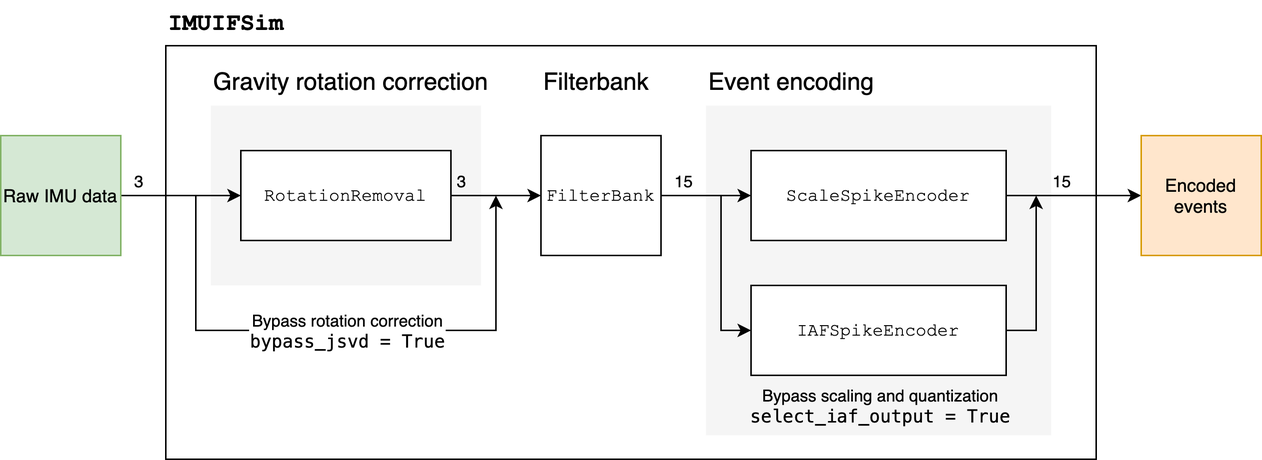
synsense/rockpool keeps this draw.io diagram as docs/devices/xylo-imu/imu-ifsim-module.png. Above is the earlier version. Source tidied: cells renumbered, new cells last; positions are measured from the earlier drawing's top-left corner, leaving out a move shared by most shapes. Its diagram source:
```xml
<mxGraphModel>
  <root>
    <mxCell id="0" />
    <mxCell id="1" parent="0" />
    <mxCell id="2" style="rounded=0;whiteSpace=wrap;html=1;fontFamily=Helvetica;fontSize=16;fillColor=none;align=left;" parent="1" vertex="1">
      <mxGeometry x="110" y="30" width="620" height="276" as="geometry" />
    </mxCell>
    <mxCell id="3" style="rounded=0;whiteSpace=wrap;html=1;fillColor=#f5f5f5;fontColor=#333333;strokeColor=none;" parent="1" vertex="1">
      <mxGeometry x="470" y="70" width="230" height="220" as="geometry" />
    </mxCell>
    <mxCell id="4" style="rounded=0;whiteSpace=wrap;html=1;fillColor=#f5f5f5;fontColor=#333333;strokeColor=none;" parent="1" vertex="1">
      <mxGeometry x="140" y="70" width="180" height="120" as="geometry" />
    </mxCell>
    <mxCell id="5" value="&lt;font face=&quot;Courier New&quot;&gt;FilterBank&lt;/font&gt;" style="whiteSpace=wrap;html=1;" parent="1" vertex="1">
      <mxGeometry x="360" y="90" width="80" height="80" as="geometry" />
    </mxCell>
    <mxCell id="6" style="edgeStyle=orthogonalEdgeStyle;rounded=0;jettySize=auto;html=1;exitX=1;exitY=0.5;exitDx=0;exitDy=0;entryX=0;entryY=0.5;entryDx=0;entryDy=0;" parent="1" edge="1" source="5" target="25">
      <mxGeometry relative="1" as="geometry" />
    </mxCell>
    <mxCell id="7" value="15" style="edgeLabel;html=1;align=center;verticalAlign=middle;fontFamily=Helvetica;" parent="6" vertex="1">
      <mxGeometry x="-0.25" y="-3" relative="1" as="geometry">
        <mxPoint x="-9" y="-13" as="offset" />
      </mxGeometry>
    </mxCell>
    <mxCell id="8" style="edgeStyle=orthogonalEdgeStyle;rounded=0;jettySize=auto;html=1;exitX=1;exitY=0.5;exitDx=0;exitDy=0;entryX=0;entryY=0.5;entryDx=0;entryDy=0;" parent="1" edge="1" source="24" target="5">
      <mxGeometry relative="1" as="geometry" />
    </mxCell>
    <mxCell id="9" value="3" style="edgeLabel;html=1;align=center;verticalAlign=middle;labelBackgroundColor=none;" parent="8" vertex="1">
      <mxGeometry x="-0.28" y="1" relative="1" as="geometry">
        <mxPoint x="-16" y="-9" as="offset" />
      </mxGeometry>
    </mxCell>
    <mxCell id="10" style="edgeStyle=orthogonalEdgeStyle;rounded=0;jettySize=auto;html=1;entryX=0;entryY=0.5;entryDx=0;entryDy=0;" parent="1" edge="1" source="15" target="24">
      <mxGeometry relative="1" as="geometry" />
    </mxCell>
    <mxCell id="11" value="3" style="edgeLabel;html=1;align=center;verticalAlign=middle;" parent="10" vertex="1">
      <mxGeometry x="-0.2" y="2" relative="1" as="geometry">
        <mxPoint x="-21" y="-8" as="offset" />
      </mxGeometry>
    </mxCell>
    <mxCell id="12" style="edgeStyle=orthogonalEdgeStyle;rounded=0;jettySize=auto;html=1;entryX=0;entryY=0.5;entryDx=0;entryDy=0;" parent="1" edge="1" target="26">
      <mxGeometry relative="1" as="geometry">
        <mxPoint x="480" y="130" as="sourcePoint" />
        <Array as="points">
          <mxPoint x="480" y="220" />
          <mxPoint x="490" y="220" />
        </Array>
      </mxGeometry>
    </mxCell>
    <mxCell id="13" style="edgeStyle=orthogonalEdgeStyle;rounded=0;jettySize=auto;html=1;exitX=1;exitY=0.5;exitDx=0;exitDy=0;entryX=0;entryY=0.5;entryDx=0;entryDy=0;" parent="1" edge="1" source="25" target="16">
      <mxGeometry relative="1" as="geometry" />
    </mxCell>
    <mxCell id="14" value="15" style="edgeLabel;html=1;align=center;verticalAlign=middle;labelBackgroundColor=none;" parent="13" vertex="1">
      <mxGeometry x="-0.2" relative="1" as="geometry">
        <mxPoint y="-10" as="offset" />
      </mxGeometry>
    </mxCell>
    <mxCell id="15" value="Raw IMU data" style="whiteSpace=wrap;html=1;fillColor=#d5e8d4;strokeColor=#82b366;" parent="1" vertex="1">
      <mxGeometry y="90" width="80" height="80" as="geometry" />
    </mxCell>
    <mxCell id="16" value="Encoded events" style="whiteSpace=wrap;html=1;fillColor=#ffe6cc;strokeColor=#d79b00;" parent="1" vertex="1">
      <mxGeometry x="760" y="90" width="80" height="80" as="geometry" />
    </mxCell>
    <mxCell id="17" style="edgeStyle=orthogonalEdgeStyle;rounded=0;orthogonalLoop=1;jettySize=auto;html=1;fontSize=16;" parent="1" edge="1">
      <mxGeometry relative="1" as="geometry">
        <mxPoint x="120" y="130" as="sourcePoint" />
        <mxPoint x="330" y="130" as="targetPoint" />
        <Array as="points">
          <mxPoint x="130" y="130" />
          <mxPoint x="130" y="220" />
          <mxPoint x="330" y="220" />
        </Array>
      </mxGeometry>
    </mxCell>
    <mxCell id="18" value="Bypass rotation correction&lt;br&gt;&lt;span style=&quot;font-family: &amp;#34;menlo&amp;#34; , &amp;#34;monaco&amp;#34; , &amp;#34;courier new&amp;#34; , monospace ; font-size: 12px&quot;&gt;bypass_jsvd = True&lt;/span&gt;" style="edgeLabel;html=1;align=center;verticalAlign=middle;spacing=2;" parent="17" vertex="1">
      <mxGeometry x="-0.08" relative="1" as="geometry">
        <mxPoint x="20" as="offset" />
      </mxGeometry>
    </mxCell>
    <mxCell id="19" value="Gravity rotation correction" style="text;html=1;align=left;verticalAlign=middle;strokeColor=none;fillColor=none;fontSize=16;" parent="1" vertex="1">
      <mxGeometry x="140" y="40" width="210" height="30" as="geometry" />
    </mxCell>
    <mxCell id="20" style="edgeStyle=orthogonalEdgeStyle;rounded=0;jettySize=auto;html=1;exitX=1;exitY=0.5;exitDx=0;exitDy=0;" parent="1" edge="1" source="26">
      <mxGeometry relative="1" as="geometry">
        <mxPoint x="690" y="130" as="targetPoint" />
      </mxGeometry>
    </mxCell>
    <mxCell id="21" value="Bypass scaling and quantization&lt;br&gt;&lt;span style=&quot;font-family: &amp;#34;menlo&amp;#34; , &amp;#34;monaco&amp;#34; , &amp;#34;courier new&amp;#34; , monospace ; font-size: 12px&quot;&gt;select_iaf_output = True&lt;/span&gt;" style="edgeLabel;html=1;align=center;verticalAlign=middle;labelBackgroundColor=none;" parent="20" vertex="1">
      <mxGeometry x="-0.34" y="1" relative="1" as="geometry">
        <mxPoint x="-104" y="66" as="offset" />
      </mxGeometry>
    </mxCell>
    <mxCell id="22" value="Filterbank" style="text;html=1;align=left;verticalAlign=middle;strokeColor=none;fillColor=none;fontSize=16;" parent="1" vertex="1">
      <mxGeometry x="360" y="40" width="90" height="30" as="geometry" />
    </mxCell>
    <mxCell id="23" value="Event encoding" style="text;html=1;align=left;verticalAlign=middle;strokeColor=none;fillColor=none;fontSize=16;" parent="1" vertex="1">
      <mxGeometry x="470" y="40" width="130" height="30" as="geometry" />
    </mxCell>
    <mxCell id="24" value="&lt;span&gt;&lt;font face=&quot;Courier New&quot;&gt;RotationRemoval&lt;/font&gt;&lt;br&gt;&lt;/span&gt;" style="rounded=0;whiteSpace=wrap;html=1;" parent="1" vertex="1">
      <mxGeometry x="160" y="100" width="140" height="60" as="geometry" />
    </mxCell>
    <mxCell id="25" value="ScaleSpikeEncoder" style="rounded=0;whiteSpace=wrap;html=1;fontFamily=Courier New;" parent="1" vertex="1">
      <mxGeometry x="500" y="100" width="170" height="60" as="geometry" />
    </mxCell>
    <mxCell id="26" value="IAFSpikeEncoder" style="rounded=0;whiteSpace=wrap;html=1;fontFamily=Courier New;" parent="1" vertex="1">
      <mxGeometry x="500" y="190" width="170" height="60" as="geometry" />
    </mxCell>
    <mxCell id="27" value="&lt;font face=&quot;Courier New&quot; style=&quot;font-size: 16px&quot;&gt;IMUIFSim&lt;/font&gt;" style="text;html=1;align=left;verticalAlign=middle;strokeColor=none;fillColor=none;fontFamily=Helvetica;fontSize=16;fontStyle=1;" parent="1" vertex="1">
      <mxGeometry x="110" width="90" height="30" as="geometry" />
    </mxCell>
  </root>
</mxGraphModel>
```
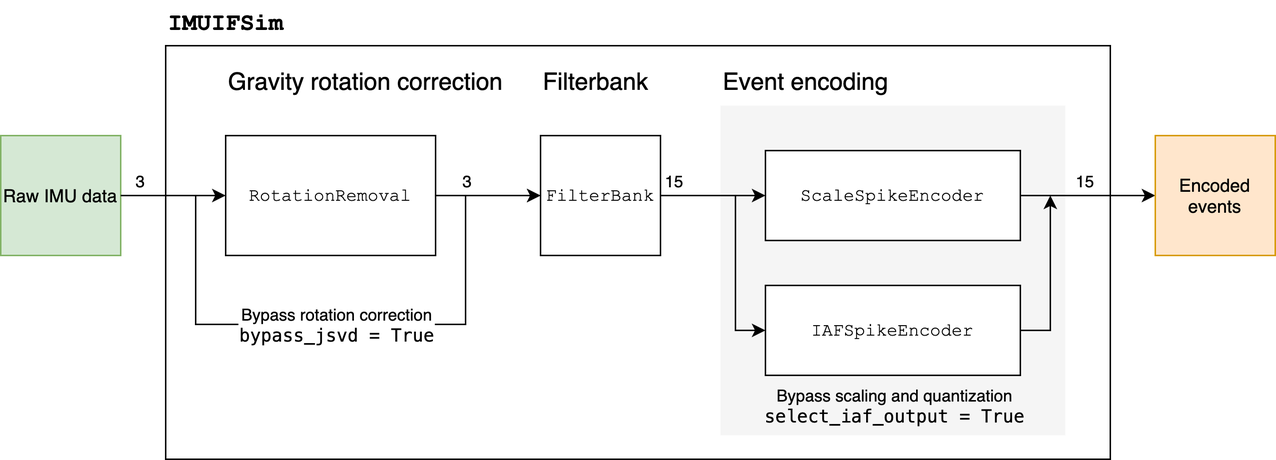
The same diagram one commit later.

Diff of the diagram source:
```diff
@@ -3,14 +3,14 @@
     <mxCell id="0" />
     <mxCell id="1" parent="0" />
     <mxCell id="2" style="rounded=0;whiteSpace=wrap;html=1;fontFamily=Helvetica;fontSize=16;fillColor=none;align=left;" parent="1" vertex="1">
-      <mxGeometry x="110" y="30" width="620" height="276" as="geometry" />
+      <mxGeometry x="110" y="30" width="630" height="276" as="geometry" />
     </mxCell>
     <mxCell id="3" style="rounded=0;whiteSpace=wrap;html=1;fillColor=#f5f5f5;fontColor=#333333;strokeColor=none;" parent="1" vertex="1">
-      <mxGeometry x="470" y="70" width="230" height="220" as="geometry" />
+      <mxGeometry x="480" y="70" width="230" height="220" as="geometry" />
     </mxCell>
-    <mxCell id="4" style="rounded=0;whiteSpace=wrap;html=1;fillColor=#f5f5f5;fontColor=#333333;strokeColor=none;" parent="1" vertex="1">
-      <mxGeometry x="140" y="70" width="180" height="120" as="geometry" />
-    </mxCell>
+    <mxCell id="24" value="&lt;span&gt;RotationRemoval&lt;br&gt;&lt;/span&gt;" style="rounded=0;whiteSpace=wrap;html=1;fontFamily=Courier New;" parent="1" vertex="1">
+      <mxGeometry x="150" y="90" width="140" height="80" as="geometry" />
+    </mxCell>
     <mxCell id="5" value="&lt;font face=&quot;Courier New&quot;&gt;FilterBank&lt;/font&gt;" style="whiteSpace=wrap;html=1;" parent="1" vertex="1">
       <mxGeometry x="360" y="90" width="80" height="80" as="geometry" />
     </mxCell>
@@ -19,31 +19,31 @@
     </mxCell>
     <mxCell id="7" value="15" style="edgeLabel;html=1;align=center;verticalAlign=middle;fontFamily=Helvetica;" parent="6" vertex="1">
       <mxGeometry x="-0.25" y="-3" relative="1" as="geometry">
-        <mxPoint x="-9" y="-13" as="offset" />
+        <mxPoint x="-18" y="-13" as="offset" />
       </mxGeometry>
     </mxCell>
-    <mxCell id="8" style="edgeStyle=orthogonalEdgeStyle;rounded=0;jettySize=auto;html=1;exitX=1;exitY=0.5;exitDx=0;exitDy=0;entryX=0;entryY=0.5;entryDx=0;entryDy=0;" parent="1" edge="1" source="24" target="5">
+    <mxCell id="8" style="edgeStyle=orthogonalEdgeStyle;rounded=0;jettySize=auto;html=1;entryX=0;entryY=0.5;entryDx=0;entryDy=0;exitX=1;exitY=0.5;exitDx=0;exitDy=0;" parent="1" edge="1" source="24" target="5">
       <mxGeometry relative="1" as="geometry" />
     </mxCell>
     <mxCell id="9" value="3" style="edgeLabel;html=1;align=center;verticalAlign=middle;labelBackgroundColor=none;" parent="8" vertex="1">
       <mxGeometry x="-0.28" y="1" relative="1" as="geometry">
-        <mxPoint x="-16" y="-9" as="offset" />
+        <mxPoint x="-5" y="-9" as="offset" />
       </mxGeometry>
     </mxCell>
-    <mxCell id="10" style="edgeStyle=orthogonalEdgeStyle;rounded=0;jettySize=auto;html=1;entryX=0;entryY=0.5;entryDx=0;entryDy=0;" parent="1" edge="1" source="15" target="24">
+    <mxCell id="10" style="edgeStyle=orthogonalEdgeStyle;rounded=0;jettySize=auto;html=1;" parent="1" edge="1" source="15" target="24">
       <mxGeometry relative="1" as="geometry" />
     </mxCell>
     <mxCell id="11" value="3" style="edgeLabel;html=1;align=center;verticalAlign=middle;" parent="10" vertex="1">
       <mxGeometry x="-0.2" y="2" relative="1" as="geometry">
-        <mxPoint x="-21" y="-8" as="offset" />
+        <mxPoint x="-16" y="-8" as="offset" />
       </mxGeometry>
     </mxCell>
     <mxCell id="12" style="edgeStyle=orthogonalEdgeStyle;rounded=0;jettySize=auto;html=1;entryX=0;entryY=0.5;entryDx=0;entryDy=0;" parent="1" edge="1" target="26">
       <mxGeometry relative="1" as="geometry">
-        <mxPoint x="480" y="130" as="sourcePoint" />
+        <mxPoint x="490" y="130" as="sourcePoint" />
         <Array as="points">
-          <mxPoint x="480" y="220" />
           <mxPoint x="490" y="220" />
+          <mxPoint x="500" y="220" />
         </Array>
       </mxGeometry>
     </mxCell>
@@ -52,23 +52,22 @@
     </mxCell>
     <mxCell id="14" value="15" style="edgeLabel;html=1;align=center;verticalAlign=middle;labelBackgroundColor=none;" parent="13" vertex="1">
       <mxGeometry x="-0.2" relative="1" as="geometry">
-        <mxPoint y="-10" as="offset" />
+        <mxPoint x="6" y="-10" as="offset" />
       </mxGeometry>
     </mxCell>
     <mxCell id="15" value="Raw IMU data" style="whiteSpace=wrap;html=1;fillColor=#d5e8d4;strokeColor=#82b366;" parent="1" vertex="1">
       <mxGeometry y="90" width="80" height="80" as="geometry" />
     </mxCell>
     <mxCell id="16" value="Encoded events" style="whiteSpace=wrap;html=1;fillColor=#ffe6cc;strokeColor=#d79b00;" parent="1" vertex="1">
-      <mxGeometry x="760" y="90" width="80" height="80" as="geometry" />
+      <mxGeometry x="770" y="90" width="80" height="80" as="geometry" />
     </mxCell>
-    <mxCell id="17" style="edgeStyle=orthogonalEdgeStyle;rounded=0;orthogonalLoop=1;jettySize=auto;html=1;fontSize=16;" parent="1" edge="1">
+    <mxCell id="17" style="edgeStyle=orthogonalEdgeStyle;rounded=0;jettySize=auto;html=1;fontSize=16;exitX=1;exitY=0.5;exitDx=0;exitDy=0;entryX=0;entryY=0.5;entryDx=0;entryDy=0;" parent="1" edge="1" source="15" target="5">
       <mxGeometry relative="1" as="geometry">
-        <mxPoint x="120" y="130" as="sourcePoint" />
-        <mxPoint x="330" y="130" as="targetPoint" />
         <Array as="points">
           <mxPoint x="130" y="130" />
-          <mxPoint x="130" y="220" />
-          <mxPoint x="330" y="220" />
+          <mxPoint x="130" y="216" />
+          <mxPoint x="310" y="216" />
+          <mxPoint x="310" y="130" />
         </Array>
       </mxGeometry>
     </mxCell>
@@ -78,11 +77,11 @@
       </mxGeometry>
     </mxCell>
     <mxCell id="19" value="Gravity rotation correction" style="text;html=1;align=left;verticalAlign=middle;strokeColor=none;fillColor=none;fontSize=16;" parent="1" vertex="1">
-      <mxGeometry x="140" y="40" width="210" height="30" as="geometry" />
+      <mxGeometry x="150" y="40" width="210" height="30" as="geometry" />
     </mxCell>
     <mxCell id="20" style="edgeStyle=orthogonalEdgeStyle;rounded=0;jettySize=auto;html=1;exitX=1;exitY=0.5;exitDx=0;exitDy=0;" parent="1" edge="1" source="26">
       <mxGeometry relative="1" as="geometry">
-        <mxPoint x="690" y="130" as="targetPoint" />
+        <mxPoint x="700" y="130" as="targetPoint" />
       </mxGeometry>
     </mxCell>
     <mxCell id="21" value="Bypass scaling and quantization&lt;br&gt;&lt;span style=&quot;font-family: &amp;#34;menlo&amp;#34; , &amp;#34;monaco&amp;#34; , &amp;#34;courier new&amp;#34; , monospace ; font-size: 12px&quot;&gt;select_iaf_output = True&lt;/span&gt;" style="edgeLabel;html=1;align=center;verticalAlign=middle;labelBackgroundColor=none;" parent="20" vertex="1">
@@ -94,19 +93,26 @@
       <mxGeometry x="360" y="40" width="90" height="30" as="geometry" />
     </mxCell>
     <mxCell id="23" value="Event encoding" style="text;html=1;align=left;verticalAlign=middle;strokeColor=none;fillColor=none;fontSize=16;" parent="1" vertex="1">
-      <mxGeometry x="470" y="40" width="130" height="30" as="geometry" />
+      <mxGeometry x="480" y="40" width="130" height="30" as="geometry" />
     </mxCell>
-    <mxCell id="24" value="&lt;span&gt;&lt;font face=&quot;Courier New&quot;&gt;RotationRemoval&lt;/font&gt;&lt;br&gt;&lt;/span&gt;" style="rounded=0;whiteSpace=wrap;html=1;" parent="1" vertex="1">
-      <mxGeometry x="160" y="100" width="140" height="60" as="geometry" />
-    </mxCell>
     <mxCell id="25" value="ScaleSpikeEncoder" style="rounded=0;whiteSpace=wrap;html=1;fontFamily=Courier New;" parent="1" vertex="1">
-      <mxGeometry x="500" y="100" width="170" height="60" as="geometry" />
+      <mxGeometry x="510" y="100" width="170" height="60" as="geometry" />
     </mxCell>
     <mxCell id="26" value="IAFSpikeEncoder" style="rounded=0;whiteSpace=wrap;html=1;fontFamily=Courier New;" parent="1" vertex="1">
-      <mxGeometry x="500" y="190" width="170" height="60" as="geometry" />
+      <mxGeometry x="510" y="190" width="170" height="60" as="geometry" />
     </mxCell>
     <mxCell id="27" value="&lt;font face=&quot;Courier New&quot; style=&quot;font-size: 16px&quot;&gt;IMUIFSim&lt;/font&gt;" style="text;html=1;align=left;verticalAlign=middle;strokeColor=none;fillColor=none;fontFamily=Helvetica;fontSize=16;fontStyle=1;" parent="1" vertex="1">
       <mxGeometry x="110" width="90" height="30" as="geometry" />
     </mxCell>
+    <mxCell id="28" style="edgeStyle=orthogonalEdgeStyle;rounded=0;jettySize=auto;html=1;fontFamily=Helvetica;fontSize=16;" parent="1" edge="1" target="x">
+      <mxGeometry relative="1" as="geometry">
+        <mxPoint x="250" y="146" as="sourcePoint" />
+      </mxGeometry>
+    </mxCell>
+    <mxCell id="29" style="edgeStyle=orthogonalEdgeStyle;rounded=0;jettySize=auto;html=1;fontFamily=Helvetica;fontSize=12;" parent="1" edge="1" target="x">
+      <mxGeometry relative="1" as="geometry">
+        <mxPoint x="380" y="146" as="sourcePoint" />
+      </mxGeometry>
+    </mxCell>
   </root>
 </mxGraphModel>
```
